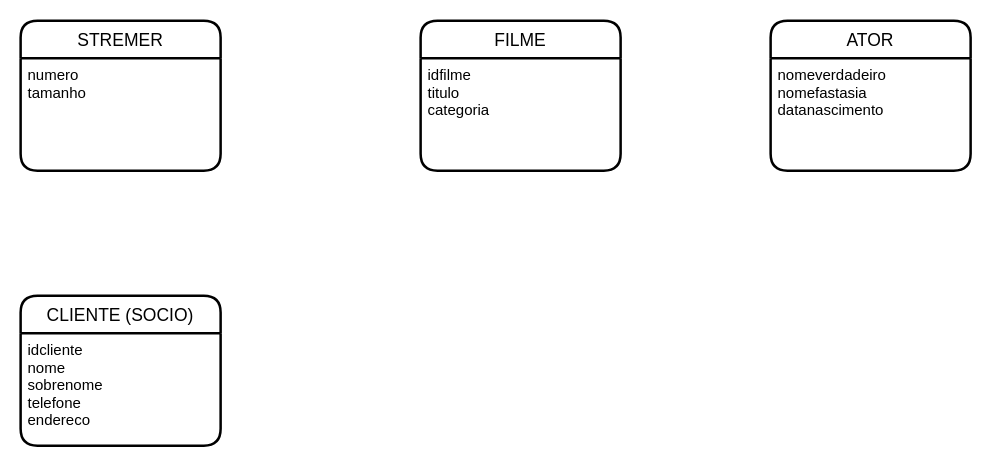
Earlier version of the draw.io diagram Exercicio 2.drawio (FaileSousa/Faile). Source tidied: cells renumbered, new cells numbered last; positions are measured from the earlier drawing's top-left corner, leaving out a move shared by most shapes. Both pictures are drawn from the tidied source at 125%, with x=0, y=0 at pixel (20, 20).
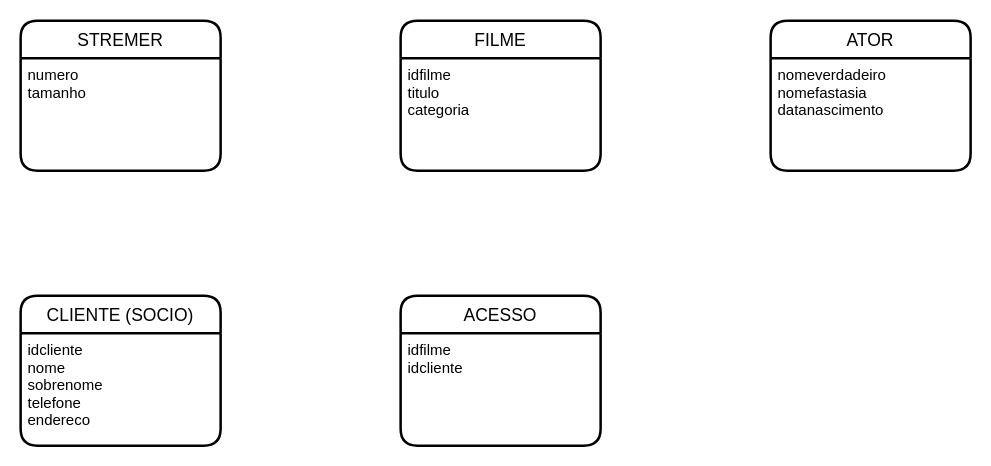
After the change.

The edit, as a diff of the source:
```diff
@@
 <mxGraphModel>
   <root>
     <mxCell id="0" />
     <mxCell id="1" parent="0" />
     <mxCell id="2" value="FILME" style="swimlane;horizontal=1;startSize=30;rounded=1;fontSize=14;fontStyle=0;strokeWidth=2;shadow=0;dashed=0;align=center;" parent="1" vertex="1">
-      <mxGeometry x="320" width="160" height="120" as="geometry" />
+      <mxGeometry x="304" width="160" height="120" as="geometry" />
     </mxCell>
     <mxCell id="3" value="idfilme &#10;titulo&#10;categoria&#10;" style="align=left;strokeColor=none;fillColor=none;spacingLeft=4;fontSize=12;verticalAlign=top;" parent="2" vertex="1">
       <mxGeometry y="30" width="160" height="90" as="geometry" />
     </mxCell>
     <mxCell id="4" value="ATOR" style="swimlane;horizontal=1;startSize=30;rounded=1;fontSize=14;fontStyle=0;strokeWidth=2;shadow=0;dashed=0;align=center;" parent="1" vertex="1">
       <mxGeometry x="600" width="160" height="120" as="geometry" />
     </mxCell>
     <mxCell id="5" value="nomeverdadeiro&#10;nomefastasia&#10;datanascimento" style="align=left;strokeColor=none;fillColor=none;spacingLeft=4;fontSize=12;verticalAlign=top;" parent="4" vertex="1">
       <mxGeometry y="30" width="160" height="90" as="geometry" />
     </mxCell>
     <mxCell id="6" value="STREMER" style="swimlane;horizontal=1;startSize=30;rounded=1;fontSize=14;fontStyle=0;strokeWidth=2;shadow=0;dashed=0;align=center;" parent="1" vertex="1">
       <mxGeometry width="160" height="120" as="geometry" />
     </mxCell>
     <mxCell id="7" value="numero &#10;tamanho&#10;" style="align=left;strokeColor=none;fillColor=none;spacingLeft=4;fontSize=12;verticalAlign=top;" parent="6" vertex="1">
       <mxGeometry y="30" width="160" height="90" as="geometry" />
     </mxCell>
     <mxCell id="8" value="CLIENTE (SOCIO)" style="swimlane;horizontal=1;startSize=30;rounded=1;fontSize=14;fontStyle=0;strokeWidth=2;shadow=0;dashed=0;align=center;" parent="1" vertex="1">
       <mxGeometry y="220" width="160" height="120" as="geometry" />
     </mxCell>
     <mxCell id="9" value="idcliente&#10;nome&#10;sobrenome&#10;telefone&#10;endereco" style="align=left;strokeColor=none;fillColor=none;spacingLeft=4;fontSize=12;verticalAlign=top;" parent="8" vertex="1">
       <mxGeometry y="30" width="160" height="90" as="geometry" />
     </mxCell>
+    <mxCell id="10" value="ACESSO" style="swimlane;horizontal=1;startSize=30;rounded=1;fontSize=14;fontStyle=0;strokeWidth=2;shadow=0;dashed=0;align=center;" parent="1" vertex="1">
+      <mxGeometry x="304" y="220" width="160" height="120" as="geometry" />
+    </mxCell>
+    <mxCell id="11" value="idfilme &#10;idcliente&#10;" style="align=left;strokeColor=none;fillColor=none;spacingLeft=4;fontSize=12;verticalAlign=top;" parent="10" vertex="1">
+      <mxGeometry y="30" width="160" height="90" as="geometry" />
+    </mxCell>
   </root>
 </mxGraphModel>
```
